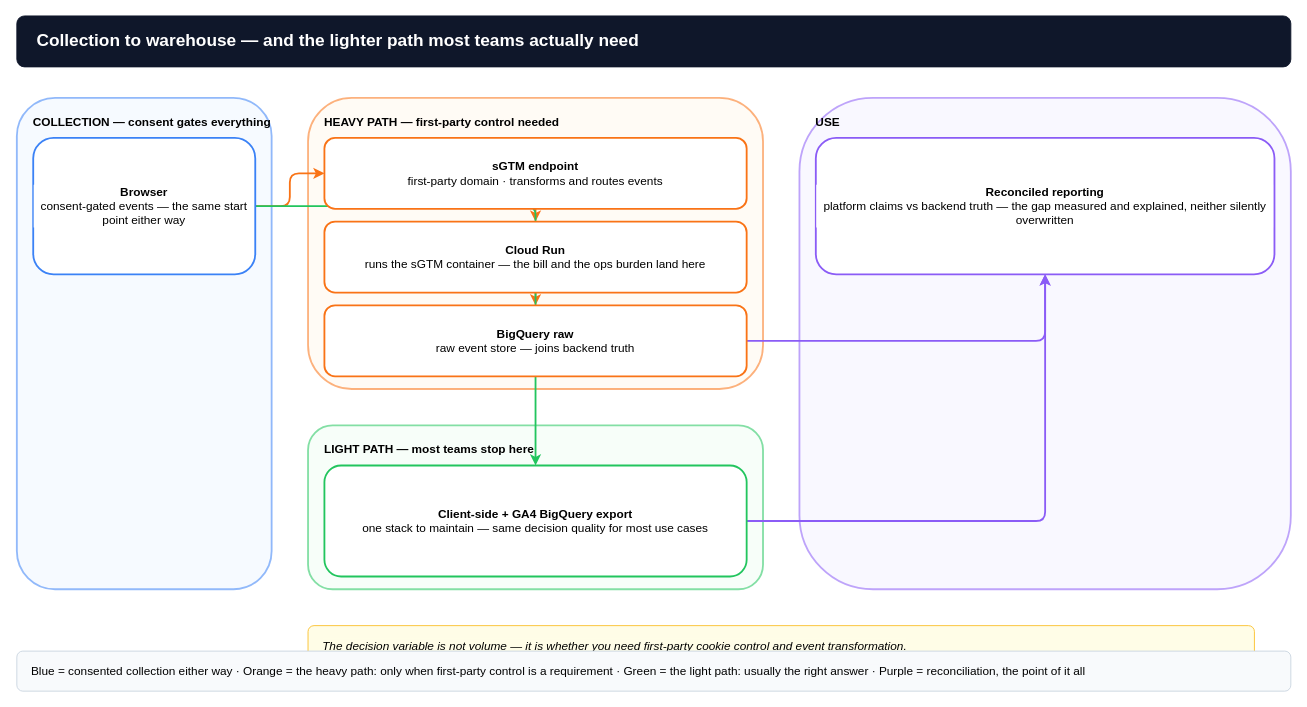
Rajeev-SG/rajeevg.com keeps this draw.io diagram as public/downloads/agentic-collection-warehousing.drawio. Above is the earlier version. Source tidied: cells renumbered, new cells numbered last; positions are measured from the earlier drawing's top-left corner, leaving out a move shared by most shapes. Both pictures are drawn from the tidied source at 91%, with x=0, y=0 at pixel (16, 15).
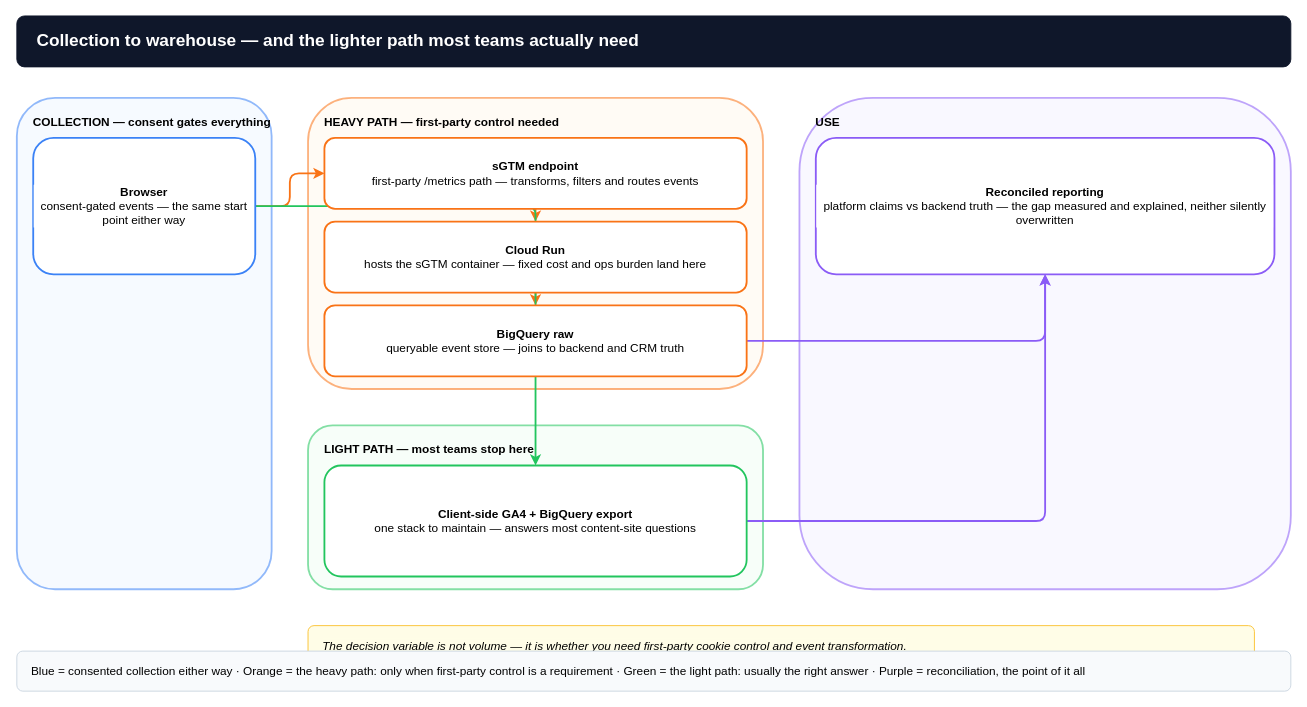
After the change.

Commit message (it also covers changes not shown here):
gh-52: rebuild agentic data collection and warehousing as flagship (#61)

What changed in the source:
```diff
@@
-    <mxCell id="14" value="&lt;b&gt;sGTM endpoint&lt;/b&gt;&lt;br&gt;first-party domain · transforms and routes events" style="rounded=1;whiteSpace=wrap;html=1;fillColor=#ffffff;strokeColor=#f97316;strokeWidth=2;fontSize=13;labelBackgroundColor=#ffffff;align=center;" parent="1" vertex="1">
+    <mxCell id="14" value="&lt;b&gt;sGTM endpoint&lt;/b&gt;&lt;br&gt;first-party /metrics path — transforms, filters and routes events" style="rounded=1;whiteSpace=wrap;html=1;fillColor=#ffffff;strokeColor=#f97316;strokeWidth=2;fontSize=13;labelBackgroundColor=#ffffff;align=center;" parent="1" vertex="1">
       <mxGeometry x="338" y="134" width="464" height="78" as="geometry" />
     </mxCell>
-    <mxCell id="15" value="&lt;b&gt;Cloud Run&lt;/b&gt;&lt;br&gt;runs the sGTM container — the bill and the ops burden land here" style="rounded=1;whiteSpace=wrap;html=1;fillColor=#ffffff;strokeColor=#f97316;strokeWidth=2;fontSize=13;labelBackgroundColor=#ffffff;align=center;" parent="1" vertex="1">
+    <mxCell id="15" value="&lt;b&gt;Cloud Run&lt;/b&gt;&lt;br&gt;hosts the sGTM container — fixed cost and ops burden land here" style="rounded=1;whiteSpace=wrap;html=1;fillColor=#ffffff;strokeColor=#f97316;strokeWidth=2;fontSize=13;labelBackgroundColor=#ffffff;align=center;" parent="1" vertex="1">
       <mxGeometry x="338" y="226" width="464" height="78" as="geometry" />
     </mxCell>
-    <mxCell id="16" value="&lt;b&gt;BigQuery raw&lt;/b&gt;&lt;br&gt;raw event store — joins backend truth" style="rounded=1;whiteSpace=wrap;html=1;fillColor=#ffffff;strokeColor=#f97316;strokeWidth=2;fontSize=13;labelBackgroundColor=#ffffff;align=center;" parent="1" vertex="1">
+    <mxCell id="16" value="&lt;b&gt;BigQuery raw&lt;/b&gt;&lt;br&gt;queryable event store — joins to backend and CRM truth" style="rounded=1;whiteSpace=wrap;html=1;fillColor=#ffffff;strokeColor=#f97316;strokeWidth=2;fontSize=13;labelBackgroundColor=#ffffff;align=center;" parent="1" vertex="1">
       <mxGeometry x="338" y="318" width="464" height="78" as="geometry" />
     </mxCell>
-    <mxCell id="17" value="&lt;b&gt;Client-side + GA4 BigQuery export&lt;/b&gt;&lt;br&gt;one stack to maintain — same decision quality for most use cases" style="rounded=1;whiteSpace=wrap;html=1;fillColor=#ffffff;strokeColor=#22c55e;strokeWidth=2;fontSize=13;labelBackgroundColor=#ffffff;align=center;" parent="1" vertex="1">
+    <mxCell id="17" value="&lt;b&gt;Client-side GA4 + BigQuery export&lt;/b&gt;&lt;br&gt;one stack to maintain — answers most content-site questions" style="rounded=1;whiteSpace=wrap;html=1;fillColor=#ffffff;strokeColor=#22c55e;strokeWidth=2;fontSize=13;labelBackgroundColor=#ffffff;align=center;" parent="1" vertex="1">
       <mxGeometry x="338" y="494" width="464" height="122" as="geometry" />
     </mxCell>
```
